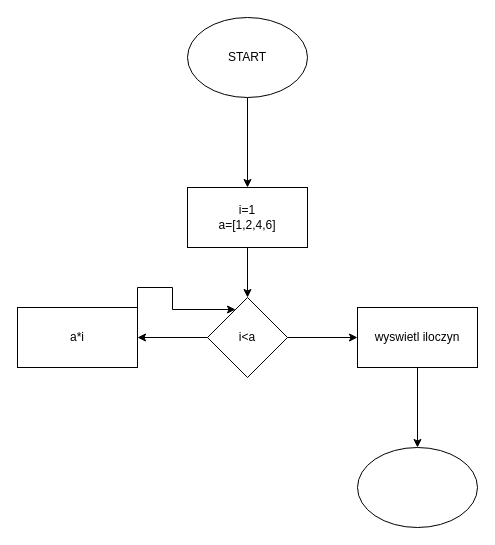
Above: iloczyn_elementow_tablicy.drawio in cozpek/Algorytmy (draw.io), before the change. Source tidied: cells renumbered, new cells numbered last; positions are measured from the earlier drawing's top-left corner, leaving out a move shared by most shapes. Both pictures are drawn from the tidied source at 100%, with x=0, y=0 at pixel (17, 17).
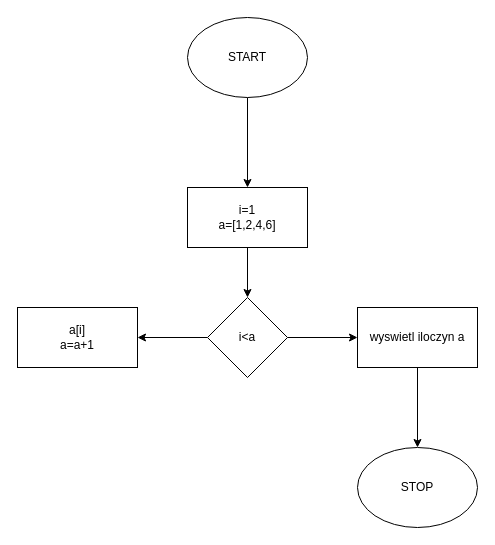
After the change.

The edit, as a diff of the source:
```diff
@@
 <mxGraphModel>
   <root>
     <mxCell id="0" />
     <mxCell id="1" parent="0" />
     <mxCell id="2" style="edgeStyle=orthogonalEdgeStyle;rounded=0;jettySize=auto;html=1;" parent="1" edge="1" source="3" target="5">
       <mxGeometry relative="1" as="geometry" />
     </mxCell>
     <mxCell id="3" value="START" style="ellipse;whiteSpace=wrap;html=1;" parent="1" vertex="1">
       <mxGeometry x="170" width="120" height="80" as="geometry" />
     </mxCell>
     <mxCell id="4" style="edgeStyle=orthogonalEdgeStyle;rounded=0;jettySize=auto;html=1;exitX=0.5;exitY=1;exitDx=0;exitDy=0;entryX=0.5;entryY=0;entryDx=0;entryDy=0;" parent="1" edge="1" source="5" target="8">
       <mxGeometry relative="1" as="geometry" />
     </mxCell>
     <mxCell id="5" value="&lt;div&gt;i=1&lt;/div&gt;&lt;div&gt;a=[1,2,4,6]&lt;br&gt;&lt;/div&gt;" style="rounded=0;whiteSpace=wrap;html=1;" parent="1" vertex="1">
       <mxGeometry x="170" y="170" width="120" height="60" as="geometry" />
     </mxCell>
-    <mxCell id="6" style="edgeStyle=orthogonalEdgeStyle;rounded=0;jettySize=auto;html=1;exitX=0;exitY=0.5;exitDx=0;exitDy=0;entryX=1;entryY=0.5;entryDx=0;entryDy=0;" parent="1" edge="1" source="8" target="10">
+    <mxCell id="6" style="edgeStyle=orthogonalEdgeStyle;rounded=0;jettySize=auto;html=1;exitX=0;exitY=0.5;exitDx=0;exitDy=0;entryX=1;entryY=0.5;entryDx=0;entryDy=0;" parent="1" edge="1" source="8" target="14">
       <mxGeometry relative="1" as="geometry" />
     </mxCell>
     <mxCell id="7" style="edgeStyle=orthogonalEdgeStyle;rounded=0;jettySize=auto;html=1;entryX=0;entryY=0.5;entryDx=0;entryDy=0;entryPerimeter=0;" parent="1" edge="1" source="8" target="12">
       <mxGeometry relative="1" as="geometry" />
     </mxCell>
     <mxCell id="8" value="i&amp;lt;a" style="rhombus;whiteSpace=wrap;html=1;" parent="1" vertex="1">
       <mxGeometry x="190" y="280" width="80" height="80" as="geometry" />
     </mxCell>
-    <mxCell id="9" style="edgeStyle=orthogonalEdgeStyle;rounded=0;jettySize=auto;html=1;exitX=1;exitY=0;exitDx=0;exitDy=0;entryX=0.35;entryY=0.15;entryDx=0;entryDy=0;entryPerimeter=0;" parent="1" edge="1" source="10" target="8">
-      <mxGeometry relative="1" as="geometry" />
-    </mxCell>
-    <mxCell id="10" value="a*i" style="rounded=0;whiteSpace=wrap;html=1;" parent="1" vertex="1">
-      <mxGeometry y="290" width="120" height="60" as="geometry" />
-    </mxCell>
     <mxCell id="11" style="edgeStyle=orthogonalEdgeStyle;rounded=0;jettySize=auto;html=1;entryX=0.5;entryY=0;entryDx=0;entryDy=0;" parent="1" edge="1" source="12" target="13">
       <mxGeometry relative="1" as="geometry" />
     </mxCell>
-    <mxCell id="12" value="wyswietl iloczyn" style="rounded=0;whiteSpace=wrap;html=1;" parent="1" vertex="1">
+    <mxCell id="12" value="wyswietl iloczyn a" style="rounded=0;whiteSpace=wrap;html=1;" parent="1" vertex="1">
       <mxGeometry x="340" y="290" width="120" height="60" as="geometry" />
     </mxCell>
-    <mxCell id="13" style="ellipse;whiteSpace=wrap;html=1;" parent="1" vertex="1">
+    <mxCell id="13" value="STOP" style="ellipse;whiteSpace=wrap;html=1;" parent="1" vertex="1">
       <mxGeometry x="340" y="430" width="120" height="80" as="geometry" />
     </mxCell>
+    <mxCell id="14" value="&lt;div&gt;a[i]&lt;/div&gt;&lt;div&gt;a=a+1&lt;br&gt;&lt;/div&gt;" style="rounded=0;whiteSpace=wrap;html=1;" parent="1" vertex="1">
+      <mxGeometry y="290" width="120" height="60" as="geometry" />
+    </mxCell>
   </root>
 </mxGraphModel>
```
